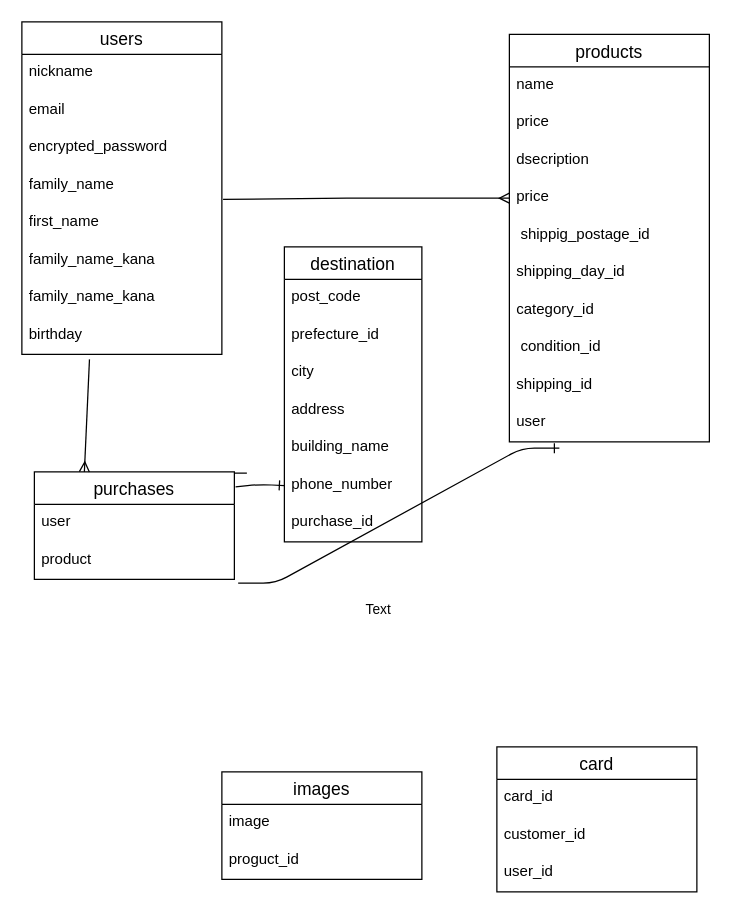
Earlier version of the draw.io diagram furima.dio (reicooooo/furima-37713). Source tidied: cells renumbered, new cells numbered last; positions are measured from the earlier drawing's top-left corner, leaving out a move shared by most shapes. Both pictures are drawn from the tidied source at 125%, with x=0, y=0 at pixel (21, 21).
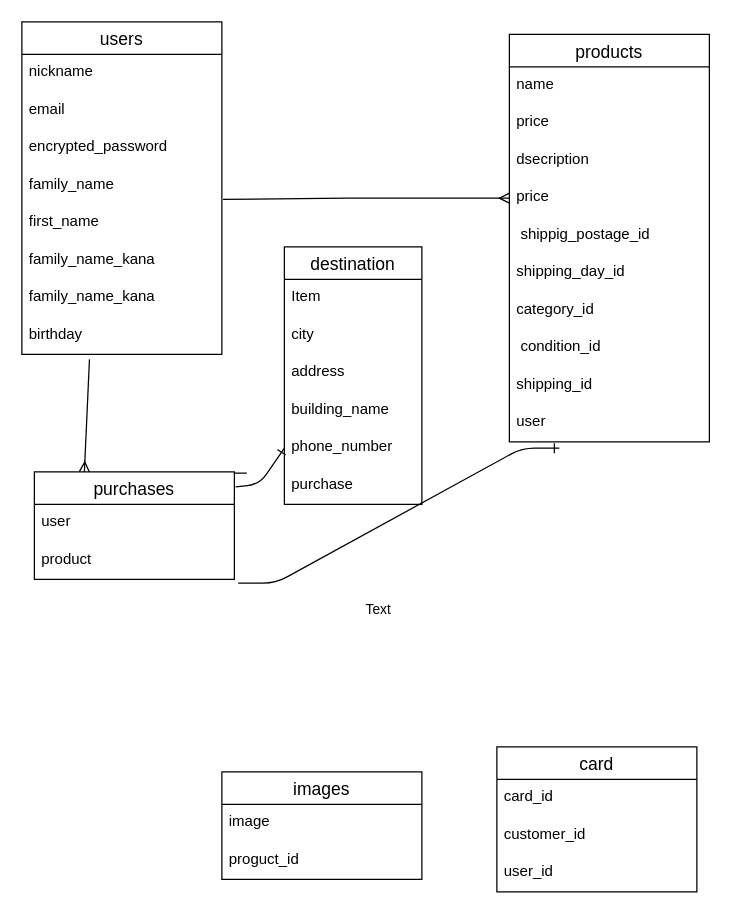
After the change.

What changed in the source:
```diff
@@
     <mxCell id="23" value="destination" style="swimlane;fontStyle=0;horizontal=1;startSize=26;align=center;fontSize=14;" parent="1" vertex="1">
-      <mxGeometry x="210" y="180" width="110" height="236" as="geometry" />
+      <mxGeometry x="210" y="180" width="110" height="206" as="geometry" />
     </mxCell>
-    <mxCell id="24" value="post_code" style="text;strokeColor=none;fillColor=none;spacingLeft=4;spacingRight=4;overflow=hidden;fontSize=12;" parent="23" vertex="1">
-      <mxGeometry y="26" width="110" height="30" as="geometry" />
-    </mxCell>
-    <mxCell id="25" value="prefecture_id" style="text;strokeColor=none;fillColor=none;spacingLeft=4;spacingRight=4;overflow=hidden;fontSize=12;" parent="23" vertex="1">
-      <mxGeometry y="56" width="110" height="30" as="geometry" />
-    </mxCell>
+    <mxCell id="47" value="Item" style="text;strokeColor=none;fillColor=none;spacingLeft=4;spacingRight=4;overflow=hidden;fontSize=12;" parent="23" vertex="1">
+      <mxGeometry y="26" width="110" height="30" as="geometry" />
+    </mxCell>
     <mxCell id="26" value="city" style="text;strokeColor=none;fillColor=none;spacingLeft=4;spacingRight=4;overflow=hidden;fontSize=12;" parent="23" vertex="1">
-      <mxGeometry y="86" width="110" height="30" as="geometry" />
+      <mxGeometry y="56" width="110" height="30" as="geometry" />
     </mxCell>
     <mxCell id="27" value="address" style="text;strokeColor=none;fillColor=none;spacingLeft=4;spacingRight=4;overflow=hidden;fontSize=12;" parent="23" vertex="1">
-      <mxGeometry y="116" width="110" height="30" as="geometry" />
+      <mxGeometry y="86" width="110" height="30" as="geometry" />
     </mxCell>
     <mxCell id="28" value="building_name" style="text;strokeColor=none;fillColor=none;spacingLeft=4;spacingRight=4;overflow=hidden;fontSize=12;" parent="23" vertex="1">
-      <mxGeometry y="146" width="110" height="30" as="geometry" />
+      <mxGeometry y="116" width="110" height="30" as="geometry" />
     </mxCell>
     <mxCell id="29" value="phone_number" style="text;strokeColor=none;fillColor=none;spacingLeft=4;spacingRight=4;overflow=hidden;points=[[0,0.5],[1,0.5]];portConstraint=eastwest;fontSize=12;" parent="23" vertex="1">
-      <mxGeometry y="176" width="110" height="30" as="geometry" />
+      <mxGeometry y="146" width="110" height="30" as="geometry" />
     </mxCell>
-    <mxCell id="30" value="purchase_id " style="text;strokeColor=none;fillColor=none;spacingLeft=4;spacingRight=4;overflow=hidden;fontSize=12;" parent="23" vertex="1">
-      <mxGeometry y="206" width="110" height="30" as="geometry" />
+    <mxCell id="30" value="purchase" style="text;strokeColor=none;fillColor=none;spacingLeft=4;spacingRight=4;overflow=hidden;fontSize=12;" parent="23" vertex="1">
+      <mxGeometry y="176" width="110" height="30" as="geometry" />
     </mxCell>
```
